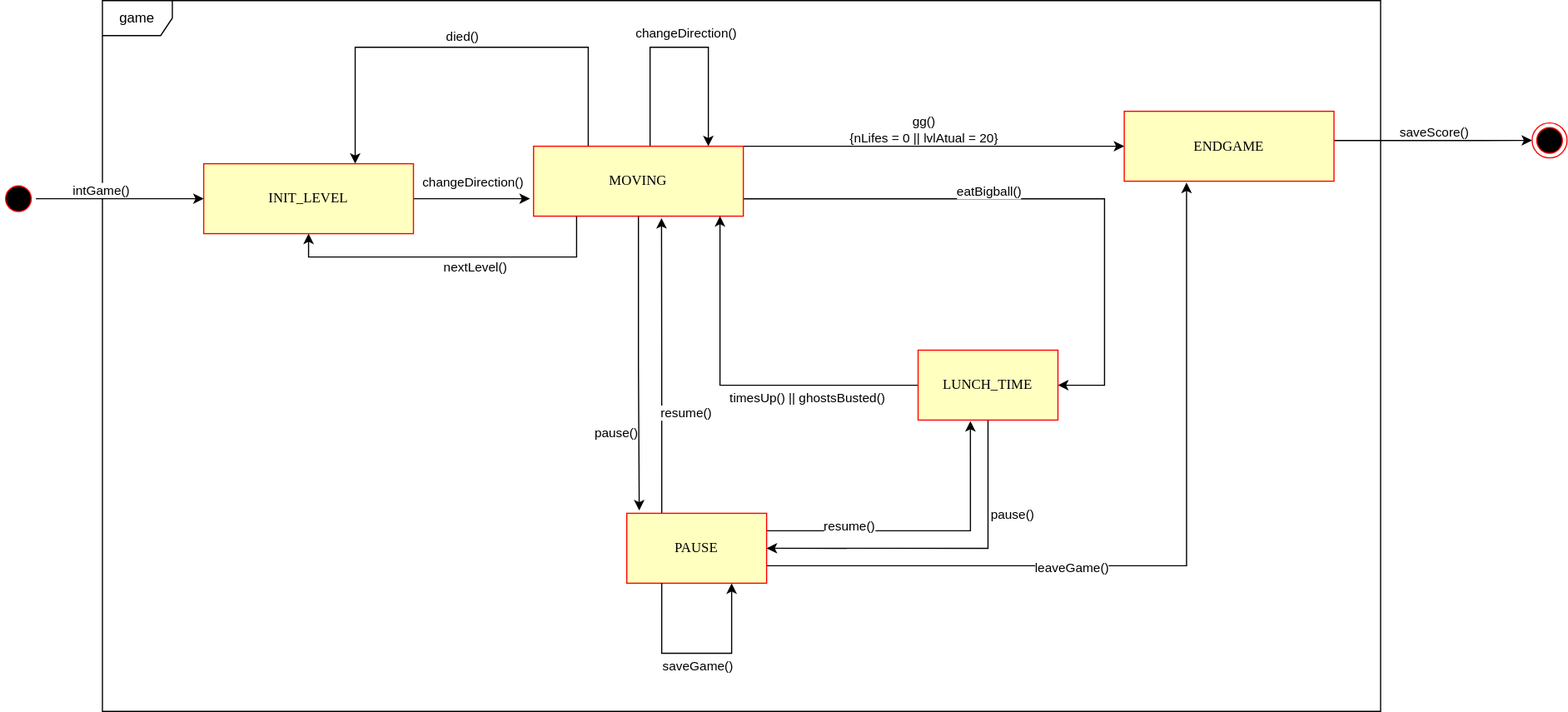
Above: State_Diagram.svg in EdEquinox/PAC-MANo (draw.io), before the change. Source tidied: cells renumbered, new cells last; positions are measured from the earlier drawing's top-left corner, leaving out a move shared by most shapes.
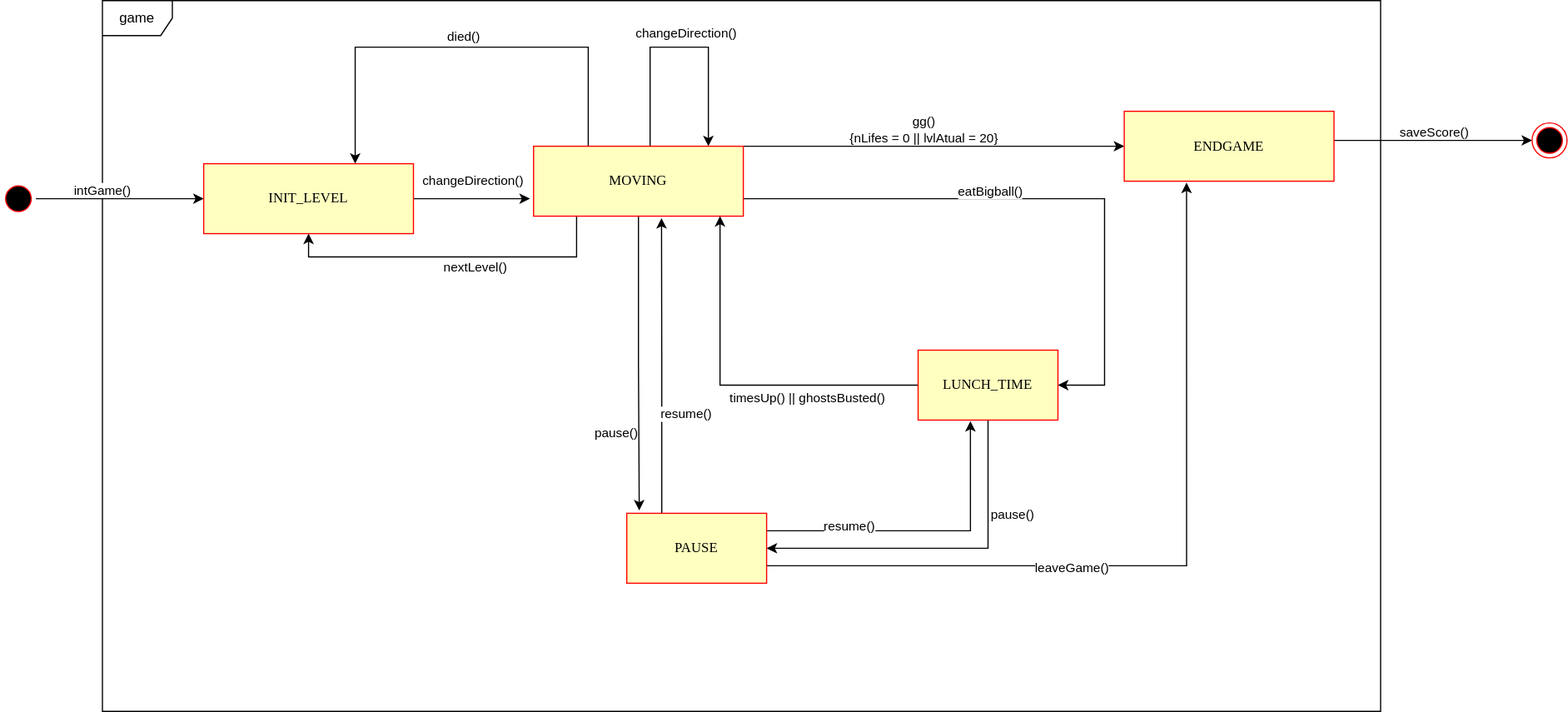
After the commit.

Change to the diagram source:
```diff
@@ -140,21 +140,6 @@
     <mxCell id="29" value="PAUSE" style="rounded=0;whiteSpace=wrap;html=1;arcSize=24;fillColor=#ffffc0;strokeColor=#ff0000;shadow=0;comic=0;labelBackgroundColor=none;fontFamily=Verdana;fontSize=12;fontColor=#000000;align=center;" parent="1" vertex="1">
       <mxGeometry x="537.1" y="440" width="120" height="60" as="geometry" />
     </mxCell>
-    <mxCell id="30" style="edgeStyle=orthogonalEdgeStyle;rounded=0;jettySize=auto;html=1;exitX=0.25;exitY=1;exitDx=0;exitDy=0;" parent="1" edge="1" source="29">
-      <mxGeometry relative="1" as="geometry">
-        <mxPoint x="627.1" y="500" as="targetPoint" />
-        <Array as="points">
-          <mxPoint x="567.1" y="560" />
-          <mxPoint x="627.1" y="560" />
-          <mxPoint x="627.1" y="500" />
-        </Array>
-      </mxGeometry>
-    </mxCell>
-    <mxCell id="31" value="saveGame()" style="edgeLabel;html=1;align=center;verticalAlign=middle;rounded=0;" parent="30" vertex="1">
-      <mxGeometry x="-0.18" y="1" relative="1" as="geometry">
-        <mxPoint x="16" y="11" as="offset" />
-      </mxGeometry>
-    </mxCell>
     <mxCell id="32" value="pause()" style="edgeLabel;html=1;align=center;verticalAlign=middle;rounded=0;" parent="1" vertex="1">
       <mxGeometry x="527.1" y="370" as="geometry" />
     </mxCell>
```
